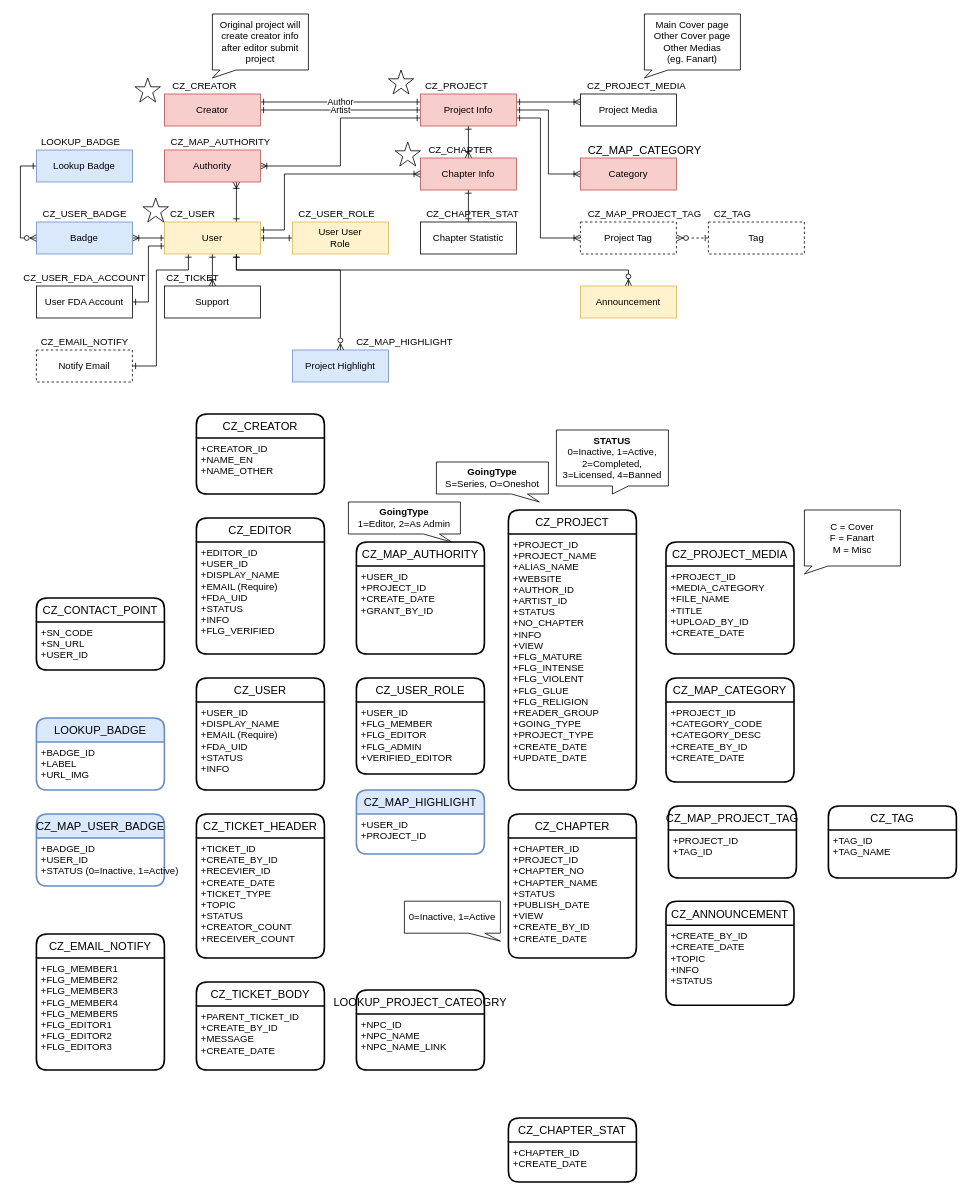
The draw.io diagram page "ER" (4 of 5) of Untitled Diagram.drawio in clazclaz/demo_git, before the edit. Source tidied: cells renumbered, new cells numbered last; positions are measured from the earlier drawing's top-left corner, leaving out a move shared by most shapes. Both pictures are drawn from the tidied source at 80%, with x=0, y=0 at pixel (16, 14).
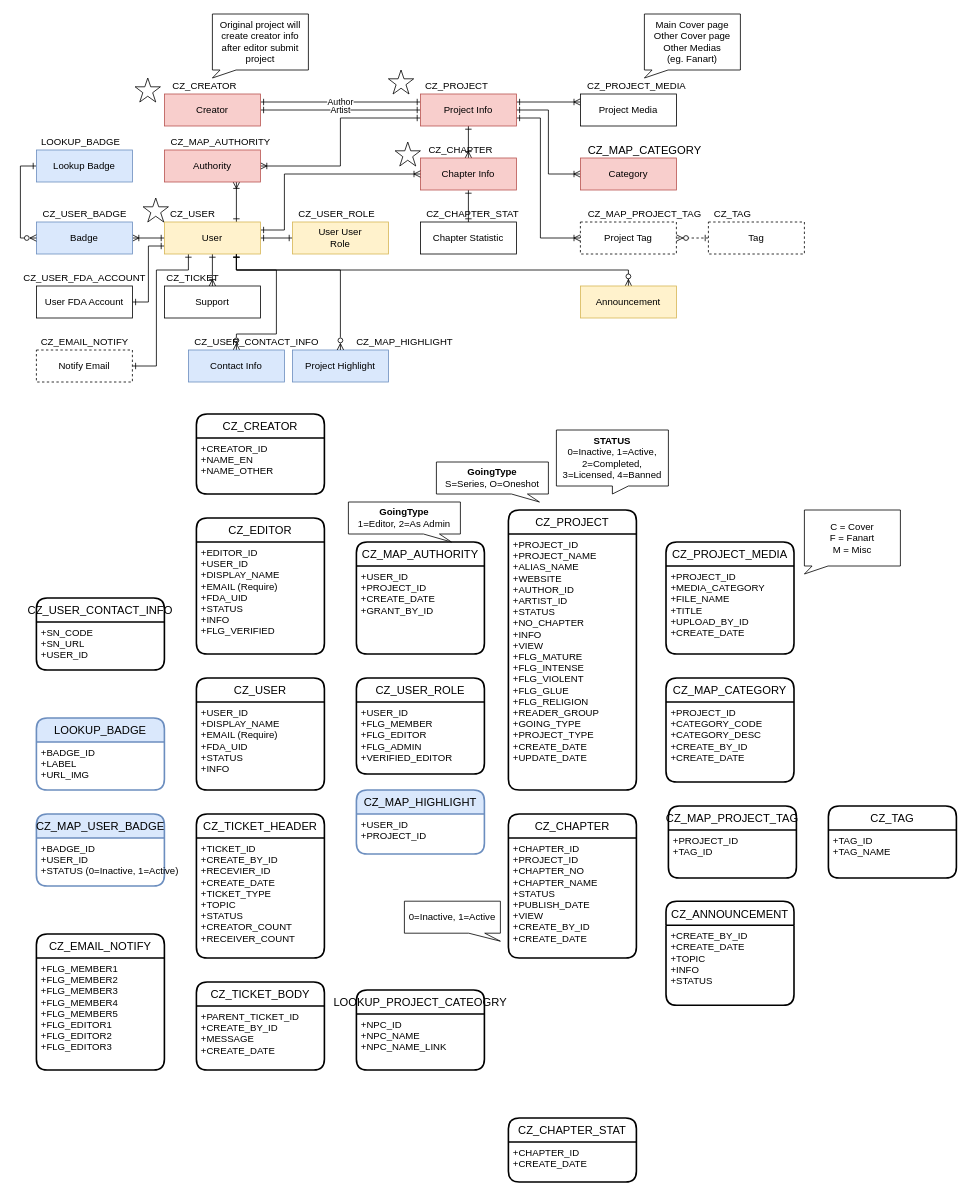
After the change.

Unchanged cells that the change refers to:
```xml
<mxCell id="23" value="User" style="rounded=0;whiteSpace=wrap;html=1;fillColor=#fff2cc;strokeColor=#d6b656;" parent="1" vertex="1">
  <mxGeometry x="185" y="260" width="120" height="40" as="geometry" />
</mxCell>
```

Change to the diagram source:
```diff
@@
+    <mxCell id="109" style="edgeStyle=orthogonalEdgeStyle;rounded=0;jettySize=auto;html=1;exitX=0.75;exitY=1;exitDx=0;exitDy=0;startArrow=ERone;startFill=0;endArrow=ERzeroToMany;endFill=0;entryX=0.5;entryY=0;entryDx=0;entryDy=0;" parent="1" edge="1" source="23" target="110">
+      <mxGeometry relative="1" as="geometry">
+        <Array as="points">
+          <mxPoint x="275" y="320" />
+          <mxPoint x="325" y="320" />
+          <mxPoint x="325" y="400" />
+          <mxPoint x="275" y="400" />
+        </Array>
+      </mxGeometry>
+    </mxCell>
@@
-    <mxCell id="44" value="CZ_CONTACT_POINT" style="swimlane;horizontal=1;startSize=30;rounded=1;fontSize=14;fontStyle=0;strokeWidth=2;shadow=0;dashed=0;align=center;" parent="1" vertex="1">
+    <mxCell id="44" value="CZ_USER_CONTACT_INFO" style="swimlane;horizontal=1;startSize=30;rounded=1;fontSize=14;fontStyle=0;strokeWidth=2;shadow=0;dashed=0;align=center;" parent="1" vertex="1">
       <mxGeometry x="25" y="730" width="160" height="90" as="geometry" />
     </mxCell>
@@
+    <mxCell id="110" value="Contact Info" style="rounded=0;whiteSpace=wrap;html=1;fillColor=#dae8fc;strokeColor=#6c8ebf;" parent="1" vertex="1">
+      <mxGeometry x="215" y="420" width="120" height="40" as="geometry" />
+    </mxCell>
+    <mxCell id="111" value="CZ_USER_CONTACT_INFO" style="text;html=1;align=center;verticalAlign=middle;strokeColor=none;fillColor=none;" parent="1" vertex="1">
+      <mxGeometry x="215" y="400" width="170" height="20" as="geometry" />
+    </mxCell>
```
